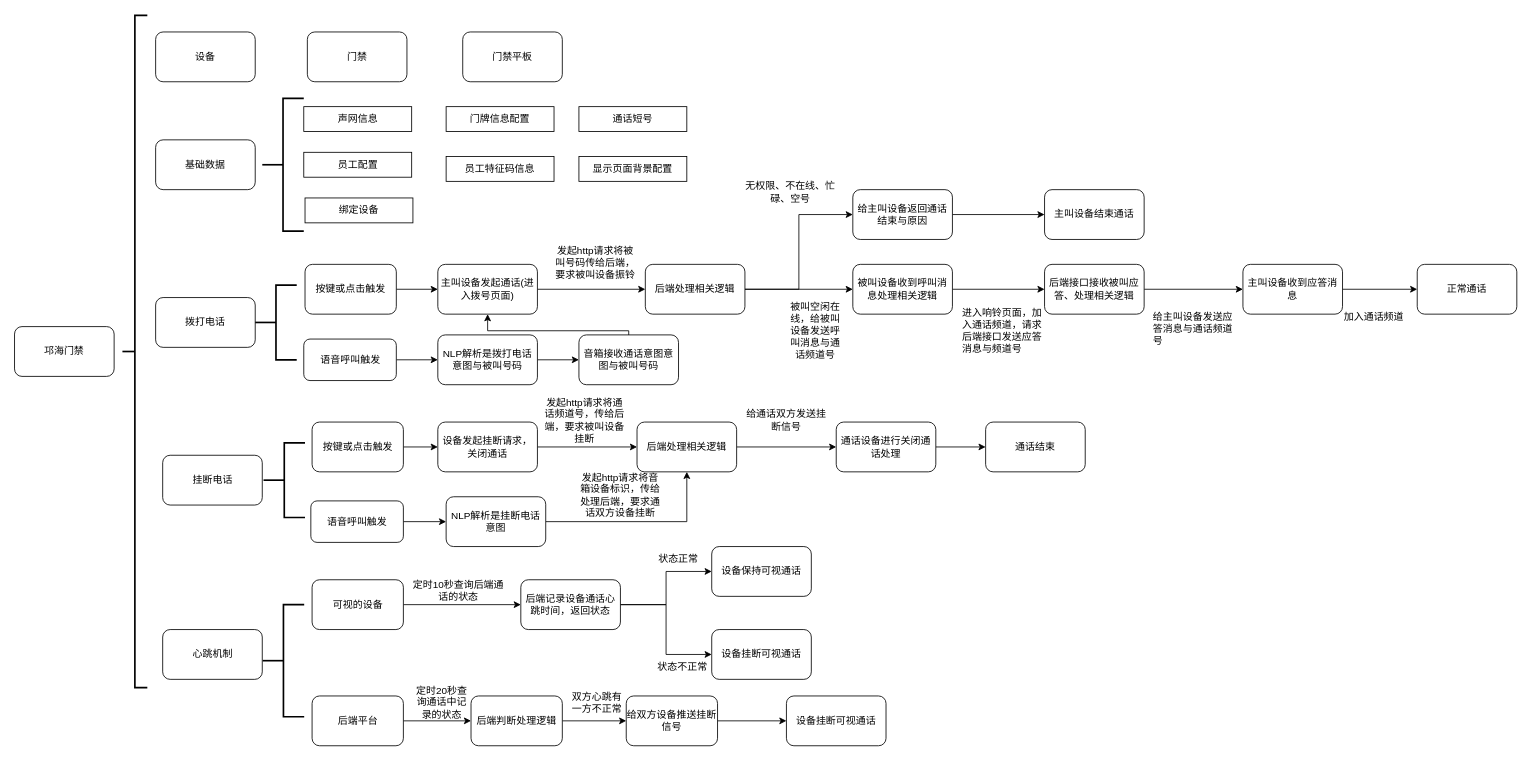
Earlier version of the draw.io diagram xzzh/邛海门禁.drawio (daniel-7d/draw). Source tidied: cells renumbered, new cells numbered last; positions are measured from the earlier drawing's top-left corner, leaving out a move shared by most shapes. Both pictures are drawn from the tidied source at 83%, with x=0, y=0 at pixel (14, 15).
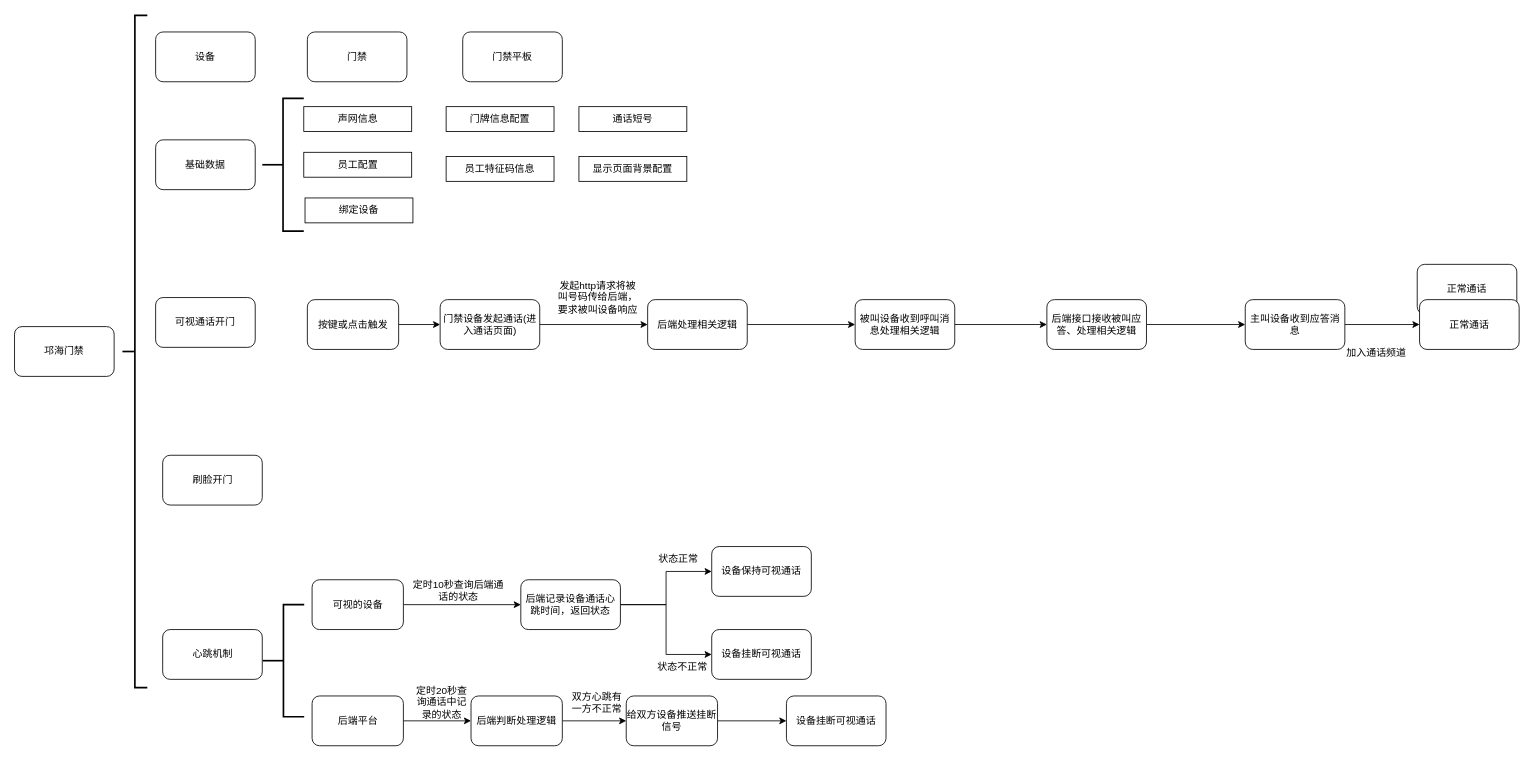
Above is the later version.

Commit message (it also covers changes not shown here):
更新邛海门禁.drawio

The change refers to these unchanged cells:
```xml
<mxCell id="37" value="正常通话" style="rounded=1;whiteSpace=wrap;html=1;" parent="1" vertex="1">
  <mxGeometry x="1690" y="300" width="120" height="60" as="geometry" />
</mxCell>
```

What changed in the source:
```diff
@@
-    <mxCell id="12" value="拨打电话" style="rounded=1;whiteSpace=wrap;html=1;" parent="1" vertex="1">
+    <mxCell id="12" value="可视通话开门" style="rounded=1;whiteSpace=wrap;html=1;" parent="1" vertex="1">
       <mxGeometry x="170" y="340" width="120" height="60" as="geometry" />
     </mxCell>
-    <mxCell id="13" style="strokeWidth=2;html=1;shape=mxgraph.flowchart.annotation_2;align=left;labelPosition=right;" parent="1" vertex="1">
-      <mxGeometry x="290" y="325" width="50" height="90" as="geometry" />
-    </mxCell>
-    <mxCell id="14" style="edgeStyle=orthogonalEdgeStyle;rounded=0;jettySize=auto;html=1;exitX=1;exitY=0.5;exitDx=0;exitDy=0;entryX=0;entryY=0.5;entryDx=0;entryDy=0;" parent="1" edge="1" source="15" target="19">
-      <mxGeometry relative="1" as="geometry" />
-    </mxCell>
-    <mxCell id="15" value="按键或点击触发" style="rounded=1;whiteSpace=wrap;html=1;" parent="1" vertex="1">
-      <mxGeometry x="350" y="300" width="110" height="60" as="geometry" />
-    </mxCell>
-    <mxCell id="16" style="edgeStyle=orthogonalEdgeStyle;rounded=0;jettySize=auto;html=1;exitX=1;exitY=0.5;exitDx=0;exitDy=0;" parent="1" edge="1" source="17">
-      <mxGeometry relative="1" as="geometry">
-        <mxPoint x="510" y="415" as="targetPoint" />
-      </mxGeometry>
-    </mxCell>
-    <mxCell id="17" value="语音呼叫触发" style="rounded=1;whiteSpace=wrap;html=1;" parent="1" vertex="1">
-      <mxGeometry x="348.5" y="390" width="111.5" height="50" as="geometry" />
-    </mxCell>
-    <mxCell id="18" style="edgeStyle=orthogonalEdgeStyle;rounded=0;jettySize=auto;html=1;exitX=1;exitY=0.5;exitDx=0;exitDy=0;entryX=0;entryY=0.5;entryDx=0;entryDy=0;" parent="1" edge="1" source="19" target="22">
-      <mxGeometry relative="1" as="geometry" />
-    </mxCell>
-    <mxCell id="19" value="主叫设备发起通话(进入拨号页面)" style="rounded=1;whiteSpace=wrap;html=1;" parent="1" vertex="1">
-      <mxGeometry x="510" y="300" width="120" height="60" as="geometry" />
-    </mxCell>
-    <mxCell id="20" style="edgeStyle=orthogonalEdgeStyle;rounded=0;jettySize=auto;html=1;exitX=1;exitY=0.5;exitDx=0;exitDy=0;" parent="1" edge="1" source="22" target="24">
-      <mxGeometry relative="1" as="geometry" />
-    </mxCell>
-    <mxCell id="21" style="edgeStyle=orthogonalEdgeStyle;rounded=0;jettySize=auto;html=1;exitX=1;exitY=0.5;exitDx=0;exitDy=0;entryX=0;entryY=0.5;entryDx=0;entryDy=0;" parent="1" edge="1" source="22" target="31">
-      <mxGeometry relative="1" as="geometry" />
-    </mxCell>
-    <mxCell id="22" value="后端处理相关逻辑" style="rounded=1;whiteSpace=wrap;html=1;" parent="1" vertex="1">
-      <mxGeometry x="760" y="300" width="120" height="60" as="geometry" />
-    </mxCell>
-    <mxCell id="23" style="edgeStyle=orthogonalEdgeStyle;rounded=0;jettySize=auto;html=1;exitX=1;exitY=0.5;exitDx=0;exitDy=0;entryX=0;entryY=0.5;entryDx=0;entryDy=0;" parent="1" edge="1" source="24" target="26">
-      <mxGeometry relative="1" as="geometry" />
-    </mxCell>
-    <mxCell id="24" value="被叫设备收到呼叫消息处理相关逻辑" style="rounded=1;whiteSpace=wrap;html=1;" parent="1" vertex="1">
-      <mxGeometry x="1010" y="300" width="120" height="60" as="geometry" />
-    </mxCell>
-    <mxCell id="25" style="edgeStyle=orthogonalEdgeStyle;rounded=0;jettySize=auto;html=1;exitX=1;exitY=0.5;exitDx=0;exitDy=0;entryX=0;entryY=0.5;entryDx=0;entryDy=0;" parent="1" edge="1" source="26" target="28">
-      <mxGeometry relative="1" as="geometry" />
-    </mxCell>
-    <mxCell id="26" value="后端接口接收被叫应答、处理相关逻辑" style="rounded=1;whiteSpace=wrap;html=1;" parent="1" vertex="1">
-      <mxGeometry x="1241" y="300" width="120" height="60" as="geometry" />
-    </mxCell>
-    <mxCell id="27" style="edgeStyle=orthogonalEdgeStyle;rounded=0;jettySize=auto;html=1;exitX=1;exitY=0.5;exitDx=0;exitDy=0;entryX=0;entryY=0.5;entryDx=0;entryDy=0;" parent="1" edge="1" source="28" target="37">
-      <mxGeometry relative="1" as="geometry" />
-    </mxCell>
-    <mxCell id="28" value="主叫设备收到应答消息" style="rounded=1;whiteSpace=wrap;html=1;" parent="1" vertex="1">
-      <mxGeometry x="1480" y="300" width="120" height="60" as="geometry" />
-    </mxCell>
-    <mxCell id="29" value="发起http请求将被叫号码传给后端，要求被叫设备振铃" style="text;html=1;strokeColor=none;fillColor=none;align=center;verticalAlign=middle;whiteSpace=wrap;rounded=0;" parent="1" vertex="1">
-      <mxGeometry x="650" y="270" width="100" height="55" as="geometry" />
-    </mxCell>
-    <mxCell id="30" style="edgeStyle=orthogonalEdgeStyle;rounded=0;jettySize=auto;html=1;exitX=1;exitY=0.5;exitDx=0;exitDy=0;entryX=0;entryY=0.5;entryDx=0;entryDy=0;" parent="1" edge="1" source="31" target="34">
-      <mxGeometry relative="1" as="geometry" />
-    </mxCell>
-    <mxCell id="31" value="给主叫设备返回通话结束与原因" style="rounded=1;whiteSpace=wrap;html=1;" parent="1" vertex="1">
-      <mxGeometry x="1010" y="210" width="120" height="60" as="geometry" />
-    </mxCell>
-    <mxCell id="32" value="无权限、不在线、忙碌、空号" style="text;html=1;strokeColor=none;fillColor=none;align=center;verticalAlign=middle;whiteSpace=wrap;rounded=0;" parent="1" vertex="1">
-      <mxGeometry x="870" y="190" width="130" height="45" as="geometry" />
-    </mxCell>
-    <mxCell id="33" value="被叫空闲在线，给被叫设备发送呼叫消息与通话频道号" style="text;html=1;strokeColor=none;fillColor=none;align=center;verticalAlign=middle;whiteSpace=wrap;rounded=0;" parent="1" vertex="1">
-      <mxGeometry x="930" y="331.2" width="70" height="97.5" as="geometry" />
-    </mxCell>
-    <mxCell id="34" value="主叫设备结束通话" style="rounded=1;whiteSpace=wrap;html=1;" parent="1" vertex="1">
-      <mxGeometry x="1241" y="210" width="120" height="60" as="geometry" />
-    </mxCell>
-    <mxCell id="35" value="进入响铃页面，加入通话频道，请求后端接口发送应答消息与频道号" style="text;whiteSpace=wrap;" parent="1" vertex="1">
-      <mxGeometry x="1140" y="345" width="100" height="70" as="geometry" />
-    </mxCell>
-    <mxCell id="36" value="给主叫设备发送应答消息与通话频道号" style="text;whiteSpace=wrap;" parent="1" vertex="1">
-      <mxGeometry x="1370" y="350" width="100" height="70" as="geometry" />
-    </mxCell>
@@
-    <mxCell id="38" value="加入通话频道" style="text;whiteSpace=wrap;" parent="1" vertex="1">
-      <mxGeometry x="1600" y="350" width="100" height="30" as="geometry" />
-    </mxCell>
-    <mxCell id="39" style="edgeStyle=orthogonalEdgeStyle;rounded=0;jettySize=auto;html=1;exitX=1;exitY=0.5;exitDx=0;exitDy=0;entryX=0;entryY=0.5;entryDx=0;entryDy=0;" parent="1" edge="1" source="40" target="42">
-      <mxGeometry relative="1" as="geometry" />
-    </mxCell>
-    <mxCell id="40" value="NLP解析是拨打电话意图与被叫号码" style="rounded=1;whiteSpace=wrap;html=1;" parent="1" vertex="1">
-      <mxGeometry x="510" y="385" width="120" height="60" as="geometry" />
-    </mxCell>
-    <mxCell id="41" style="edgeStyle=orthogonalEdgeStyle;rounded=0;jettySize=auto;html=1;exitX=0.5;exitY=0;exitDx=0;exitDy=0;" parent="1" edge="1" source="42" target="19">
-      <mxGeometry relative="1" as="geometry">
-        <Array as="points">
-          <mxPoint x="740" y="380" />
-          <mxPoint x="570" y="380" />
-        </Array>
-      </mxGeometry>
-    </mxCell>
-    <mxCell id="42" value="音箱接收通话意图意图与被叫号码" style="rounded=1;whiteSpace=wrap;html=1;" parent="1" vertex="1">
-      <mxGeometry x="680" y="385" width="120" height="60" as="geometry" />
-    </mxCell>
-    <mxCell id="43" value="挂断电话" style="rounded=1;whiteSpace=wrap;html=1;" parent="1" vertex="1">
+    <mxCell id="43" value="刷脸开门" style="rounded=1;whiteSpace=wrap;html=1;" parent="1" vertex="1">
       <mxGeometry x="178.5" y="530" width="120" height="60" as="geometry" />
     </mxCell>
-    <mxCell id="44" style="strokeWidth=2;html=1;shape=mxgraph.flowchart.annotation_2;align=left;labelPosition=right;" parent="1" vertex="1">
-      <mxGeometry x="300" y="515" width="50" height="90" as="geometry" />
-    </mxCell>
-    <mxCell id="45" style="edgeStyle=orthogonalEdgeStyle;rounded=0;jettySize=auto;html=1;exitX=1;exitY=0.5;exitDx=0;exitDy=0;" parent="1" edge="1" source="46" target="48">
-      <mxGeometry relative="1" as="geometry" />
-    </mxCell>
-    <mxCell id="46" value="按键或点击触发" style="rounded=1;whiteSpace=wrap;html=1;" parent="1" vertex="1">
-      <mxGeometry x="358.5" y="490" width="110" height="60" as="geometry" />
-    </mxCell>
-    <mxCell id="47" style="edgeStyle=orthogonalEdgeStyle;rounded=0;jettySize=auto;html=1;exitX=1;exitY=0.5;exitDx=0;exitDy=0;entryX=0;entryY=0.5;entryDx=0;entryDy=0;" parent="1" edge="1" source="48" target="50">
-      <mxGeometry relative="1" as="geometry" />
-    </mxCell>
-    <mxCell id="48" value="设备发起挂断请求，关闭通话" style="rounded=1;whiteSpace=wrap;html=1;" parent="1" vertex="1">
-      <mxGeometry x="510" y="490" width="120" height="60" as="geometry" />
-    </mxCell>
-    <mxCell id="49" style="edgeStyle=orthogonalEdgeStyle;rounded=0;jettySize=auto;html=1;exitX=1;exitY=0.5;exitDx=0;exitDy=0;entryX=0;entryY=0.5;entryDx=0;entryDy=0;" parent="1" edge="1" source="50" target="53">
-      <mxGeometry relative="1" as="geometry" />
-    </mxCell>
-    <mxCell id="50" value="后端处理相关逻辑" style="rounded=1;whiteSpace=wrap;html=1;" parent="1" vertex="1">
-      <mxGeometry x="750" y="490" width="120" height="60" as="geometry" />
-    </mxCell>
-    <mxCell id="51" value="发起http请求将通话频道号，传给后端，要求被叫设备挂断" style="text;html=1;strokeColor=none;fillColor=none;align=center;verticalAlign=middle;whiteSpace=wrap;rounded=0;" parent="1" vertex="1">
-      <mxGeometry x="637" y="460" width="100" height="55" as="geometry" />
-    </mxCell>
-    <mxCell id="52" style="edgeStyle=orthogonalEdgeStyle;rounded=0;jettySize=auto;html=1;exitX=1;exitY=0.5;exitDx=0;exitDy=0;entryX=0;entryY=0.5;entryDx=0;entryDy=0;" parent="1" edge="1" source="53" target="55">
-      <mxGeometry relative="1" as="geometry" />
-    </mxCell>
-    <mxCell id="53" value="通话设备进行关闭通话处理" style="rounded=1;whiteSpace=wrap;html=1;" parent="1" vertex="1">
-      <mxGeometry x="990" y="490" width="120" height="60" as="geometry" />
-    </mxCell>
-    <mxCell id="54" value="给通话双方发送挂断信号" style="text;html=1;strokeColor=none;fillColor=none;align=center;verticalAlign=middle;whiteSpace=wrap;rounded=0;" parent="1" vertex="1">
-      <mxGeometry x="880" y="460" width="100" height="55" as="geometry" />
-    </mxCell>
-    <mxCell id="55" value="通话结束" style="rounded=1;whiteSpace=wrap;html=1;" parent="1" vertex="1">
-      <mxGeometry x="1170" y="490" width="120" height="60" as="geometry" />
-    </mxCell>
-    <mxCell id="56" style="edgeStyle=orthogonalEdgeStyle;rounded=0;jettySize=auto;html=1;exitX=1;exitY=0.5;exitDx=0;exitDy=0;entryX=0.5;entryY=1;entryDx=0;entryDy=0;" parent="1" edge="1" source="57" target="50">
-      <mxGeometry relative="1" as="geometry" />
-    </mxCell>
-    <mxCell id="57" value="NLP解析是挂断电话意图" style="rounded=1;whiteSpace=wrap;html=1;" parent="1" vertex="1">
-      <mxGeometry x="520" y="580" width="120" height="60" as="geometry" />
-    </mxCell>
-    <mxCell id="58" style="edgeStyle=orthogonalEdgeStyle;rounded=0;jettySize=auto;html=1;exitX=1;exitY=0.5;exitDx=0;exitDy=0;entryX=0;entryY=0.5;entryDx=0;entryDy=0;" parent="1" edge="1" source="59" target="57">
-      <mxGeometry relative="1" as="geometry" />
-    </mxCell>
-    <mxCell id="59" value="语音呼叫触发" style="rounded=1;whiteSpace=wrap;html=1;" parent="1" vertex="1">
-      <mxGeometry x="357" y="585" width="111.5" height="50" as="geometry" />
-    </mxCell>
-    <mxCell id="60" value="发起http请求将音箱设备标识，传给处理后端，要求通话双方设备挂断" style="text;html=1;strokeColor=none;fillColor=none;align=center;verticalAlign=middle;whiteSpace=wrap;rounded=0;" parent="1" vertex="1">
-      <mxGeometry x="680" y="550" width="100" height="55" as="geometry" />
-    </mxCell>
@@
+    <mxCell id="86" style="edgeStyle=orthogonalEdgeStyle;rounded=0;jettySize=auto;html=1;exitX=1;exitY=0.5;exitDx=0;exitDy=0;entryX=0;entryY=0.5;entryDx=0;entryDy=0;" parent="1" edge="1" source="87" target="89">
+      <mxGeometry relative="1" as="geometry" />
+    </mxCell>
+    <mxCell id="87" value="按键或点击触发" style="rounded=1;whiteSpace=wrap;html=1;" parent="1" vertex="1">
+      <mxGeometry x="352.8" y="342.5" width="110" height="60" as="geometry" />
+    </mxCell>
+    <mxCell id="88" style="edgeStyle=orthogonalEdgeStyle;rounded=0;jettySize=auto;html=1;exitX=1;exitY=0.5;exitDx=0;exitDy=0;entryX=0;entryY=0.5;entryDx=0;entryDy=0;" parent="1" edge="1" source="89" target="91">
+      <mxGeometry relative="1" as="geometry" />
+    </mxCell>
+    <mxCell id="89" value="门禁设备发起通话(进入通话页面)" style="rounded=1;whiteSpace=wrap;html=1;" parent="1" vertex="1">
+      <mxGeometry x="512.8" y="342.5" width="120" height="60" as="geometry" />
+    </mxCell>
+    <mxCell id="90" style="edgeStyle=orthogonalEdgeStyle;rounded=0;jettySize=auto;html=1;exitX=1;exitY=0.5;exitDx=0;exitDy=0;" parent="1" edge="1" source="91" target="24">
+      <mxGeometry relative="1" as="geometry" />
+    </mxCell>
+    <mxCell id="91" value="后端处理相关逻辑" style="rounded=1;whiteSpace=wrap;html=1;" parent="1" vertex="1">
+      <mxGeometry x="762.8" y="342.5" width="120" height="60" as="geometry" />
+    </mxCell>
+    <mxCell id="23" style="edgeStyle=orthogonalEdgeStyle;rounded=0;jettySize=auto;html=1;exitX=1;exitY=0.5;exitDx=0;exitDy=0;entryX=0;entryY=0.5;entryDx=0;entryDy=0;" parent="1" edge="1" source="24" target="26">
+      <mxGeometry relative="1" as="geometry" />
+    </mxCell>
+    <mxCell id="24" value="被叫设备收到呼叫消息处理相关逻辑" style="rounded=1;whiteSpace=wrap;html=1;" parent="1" vertex="1">
+      <mxGeometry x="1012.8" y="342.5" width="120" height="60" as="geometry" />
+    </mxCell>
+    <mxCell id="25" style="edgeStyle=orthogonalEdgeStyle;rounded=0;jettySize=auto;html=1;exitX=1;exitY=0.5;exitDx=0;exitDy=0;entryX=0;entryY=0.5;entryDx=0;entryDy=0;" parent="1" edge="1" source="26" target="28">
+      <mxGeometry relative="1" as="geometry" />
+    </mxCell>
+    <mxCell id="26" value="后端接口接收被叫应答、处理相关逻辑" style="rounded=1;whiteSpace=wrap;html=1;" parent="1" vertex="1">
+      <mxGeometry x="1243.8" y="342.5" width="120" height="60" as="geometry" />
+    </mxCell>
+    <mxCell id="92" style="edgeStyle=orthogonalEdgeStyle;rounded=0;jettySize=auto;html=1;exitX=1;exitY=0.5;exitDx=0;exitDy=0;entryX=0;entryY=0.5;entryDx=0;entryDy=0;" parent="1" edge="1" source="28" target="94">
+      <mxGeometry relative="1" as="geometry" />
+    </mxCell>
+    <mxCell id="28" value="主叫设备收到应答消息" style="rounded=1;whiteSpace=wrap;html=1;" parent="1" vertex="1">
+      <mxGeometry x="1482.8" y="342.5" width="120" height="60" as="geometry" />
+    </mxCell>
+    <mxCell id="93" value="发起http请求将被叫号码传给后端，要求被叫设备响应" style="text;html=1;strokeColor=none;fillColor=none;align=center;verticalAlign=middle;whiteSpace=wrap;rounded=0;" parent="1" vertex="1">
+      <mxGeometry x="652.8" y="312.5" width="100" height="55" as="geometry" />
+    </mxCell>
+    <mxCell id="94" value="正常通话" style="rounded=1;whiteSpace=wrap;html=1;" parent="1" vertex="1">
+      <mxGeometry x="1692.8" y="342.5" width="120" height="60" as="geometry" />
+    </mxCell>
+    <mxCell id="38" value="加入通话频道" style="text;whiteSpace=wrap;" parent="1" vertex="1">
+      <mxGeometry x="1602.8" y="392.5" width="100" height="30" as="geometry" />
+    </mxCell>
```
